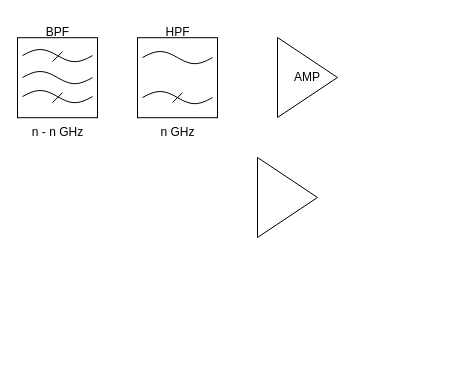
Earlier version of the draw.io diagram vlbi_2_Nn_v02.drawio (faksdal/vlbi). Source tidied: cells renumbered, new cells numbered last; positions are measured from the earlier drawing's top-left corner, leaving out a move shared by most shapes. Both pictures are drawn from the tidied source at 100%, with x=0, y=0 at pixel (17, 17).
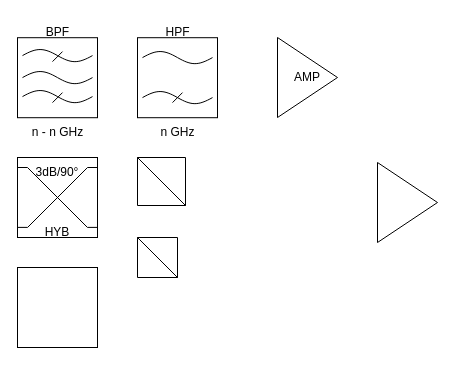
The same diagram, later.

What changed in the source:
```diff
@@
     <mxCell id="22" style="triangle;whiteSpace=wrap;html=1;" parent="1" vertex="1">
-      <mxGeometry x="240" y="140" width="60" height="80" as="geometry" />
+      <mxGeometry x="360" y="145" width="60" height="80" as="geometry" />
     </mxCell>
+    <mxCell id="23" style="group;" parent="1" vertex="1">
+      <mxGeometry y="140" width="80" height="90" as="geometry" />
+    </mxCell>
+    <mxCell id="24" style="whiteSpace=wrap;html=1;" parent="23" vertex="1">
+      <mxGeometry width="80" height="80" as="geometry" />
+    </mxCell>
+    <mxCell id="25" style="endArrow=none;html=1;rounded=0;" parent="23" edge="1">
+      <mxGeometry relative="1" as="geometry">
+        <mxPoint y="10" as="sourcePoint" />
+        <mxPoint x="10" y="10" as="targetPoint" />
+      </mxGeometry>
+    </mxCell>
+    <mxCell id="26" style="endArrow=none;html=1;rounded=0;" parent="23" edge="1">
+      <mxGeometry relative="1" as="geometry">
+        <mxPoint x="70" y="69.9" as="sourcePoint" />
+        <mxPoint x="80" y="69.9" as="targetPoint" />
+      </mxGeometry>
+    </mxCell>
+    <mxCell id="27" style="endArrow=none;html=1;rounded=0;" parent="23" edge="1">
+      <mxGeometry relative="1" as="geometry">
+        <mxPoint x="70" y="70" as="sourcePoint" />
+        <mxPoint x="10" y="10" as="targetPoint" />
+      </mxGeometry>
+    </mxCell>
+    <mxCell id="28" style="endArrow=none;html=1;rounded=0;" parent="23" edge="1">
+      <mxGeometry relative="1" as="geometry">
+        <mxPoint x="80" y="10" as="sourcePoint" />
+        <mxPoint x="70" y="10" as="targetPoint" />
+      </mxGeometry>
+    </mxCell>
+    <mxCell id="29" style="endArrow=none;html=1;rounded=0;" parent="23" edge="1">
+      <mxGeometry relative="1" as="geometry">
+        <mxPoint x="10" y="69.9" as="sourcePoint" />
+        <mxPoint y="69.9" as="targetPoint" />
+      </mxGeometry>
+    </mxCell>
+    <mxCell id="30" style="endArrow=none;html=1;rounded=0;" parent="23" edge="1">
+      <mxGeometry relative="1" as="geometry">
+        <mxPoint x="10" y="70" as="sourcePoint" />
+        <mxPoint x="70" y="10" as="targetPoint" />
+      </mxGeometry>
+    </mxCell>
+    <mxCell id="31" value="HYB" style="text;html=1;align=center;verticalAlign=middle;whiteSpace=wrap;rounded=0;" parent="23" vertex="1">
+      <mxGeometry x="10" y="60" width="60" height="30" as="geometry" />
+    </mxCell>
+    <mxCell id="32" value="3dB/90°" style="text;html=1;align=center;verticalAlign=middle;whiteSpace=wrap;rounded=0;" parent="23" vertex="1">
+      <mxGeometry x="10" width="60" height="30" as="geometry" />
+    </mxCell>
+    <mxCell id="33" style="whiteSpace=wrap;html=1;" parent="1" vertex="1">
+      <mxGeometry y="250" width="80" height="80" as="geometry" />
+    </mxCell>
+    <mxCell id="34" style="group;rotation=0;" parent="1" vertex="1">
+      <mxGeometry x="120" y="140" width="30" height="30" as="geometry" />
+    </mxCell>
+    <mxCell id="35" style="verticalLabelPosition=bottom;verticalAlign=top;html=1;shape=mxgraph.basic.orthogonal_triangle;rotation=0;fillStyle=solid;fillColor=light-dark(#FFFFFF,#FFFFFF);" parent="34" vertex="1">
+      <mxGeometry width="48" height="48" as="geometry" />
+    </mxCell>
+    <mxCell id="36" style="verticalLabelPosition=bottom;verticalAlign=top;html=1;shape=mxgraph.basic.orthogonal_triangle;flipH=1;flipV=1;rotation=0;fillStyle=solid;fillColor=light-dark(#FFFFFF,#000000);" parent="34" vertex="1">
+      <mxGeometry width="48" height="48" as="geometry" />
+    </mxCell>
+    <mxCell id="37" style="verticalLabelPosition=bottom;verticalAlign=top;html=1;shape=mxgraph.basic.orthogonal_triangle;" parent="1" vertex="1">
+      <mxGeometry x="120" y="220" width="40" height="40" as="geometry" />
+    </mxCell>
+    <mxCell id="38" style="verticalLabelPosition=bottom;verticalAlign=top;html=1;shape=mxgraph.basic.orthogonal_triangle;flipV=1;flipH=1;" parent="1" vertex="1">
+      <mxGeometry x="120" y="220" width="40" height="40" as="geometry" />
+    </mxCell>
```
